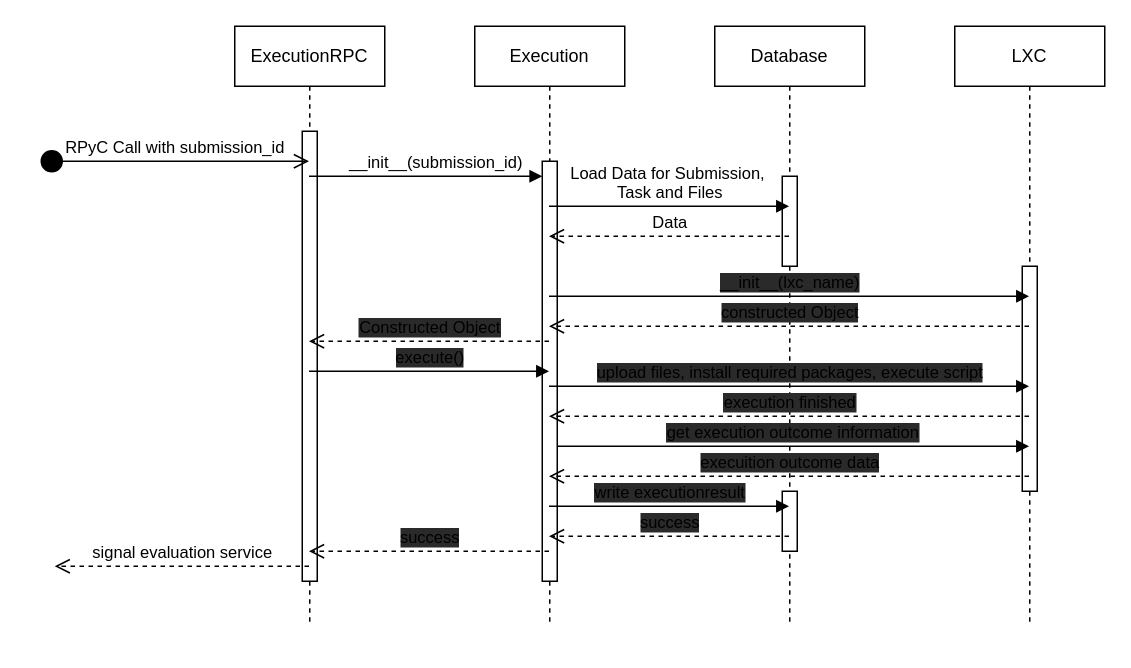
Earlier version of the draw.io diagram doc/backend/Execution_Service_Sequence_Diagram.drawio (ooemperor/CodeGrader). Source tidied: cells renumbered, new cells numbered last; positions are measured from the earlier drawing's top-left corner, leaving out a move shared by most shapes. Both pictures are drawn from the tidied source at 150%, with x=0, y=0 at pixel (39, 26).
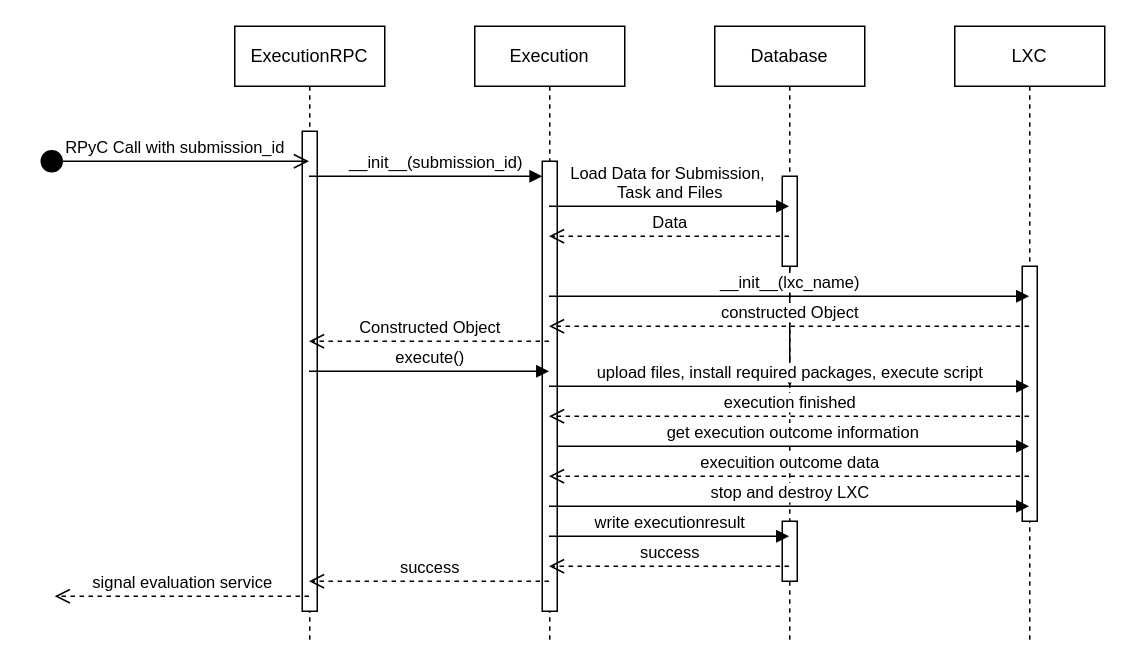
After the change.

Commit message:
updating style of execution sequence diagram

Unchanged cells that the change refers to:
```xml
<mxCell id="12" style="html=1;points=[];perimeter=orthogonalPerimeter;sketch=0;" parent="1" vertex="1">
  <mxGeometry x="495" y="100" width="10" height="60" as="geometry" />
</mxCell>
```

What changed in the source:
```diff
@@
     <mxCell id="2" value="ExecutionRPC" style="shape=umlLifeline;perimeter=lifelinePerimeter;whiteSpace=wrap;html=1;outlineConnect=0;portConstraint=eastwest;newEdgeStyle={&quot;edgeStyle&quot;:&quot;elbowEdgeStyle&quot;,&quot;elbow&quot;:&quot;vertical&quot;,&quot;curved&quot;:0,&quot;rounded&quot;:0};sketch=0;" parent="1" vertex="1">
-      <mxGeometry x="130" width="100" height="400" as="geometry" />
+      <mxGeometry x="130" width="100" height="410" as="geometry" />
     </mxCell>
     <mxCell id="3" style="html=1;perimeter=orthogonalPerimeter;targetShapes=umlLifeline;newEdgeStyle={&quot;curved&quot;:0,&quot;rounded&quot;:0};sketch=0;" parent="2" vertex="1">
-      <mxGeometry x="45" y="70" width="10" height="300" as="geometry" />
+      <mxGeometry x="45" y="70" width="10" height="320" as="geometry" />
     </mxCell>
     <mxCell id="4" value="Database" style="shape=umlLifeline;perimeter=lifelinePerimeter;whiteSpace=wrap;html=1;outlineConnect=0;portConstraint=eastwest;newEdgeStyle={&quot;edgeStyle&quot;:&quot;elbowEdgeStyle&quot;,&quot;elbow&quot;:&quot;vertical&quot;,&quot;curved&quot;:0,&quot;rounded&quot;:0};sketch=0;" parent="1" vertex="1">
-      <mxGeometry x="450" width="100" height="400" as="geometry" />
+      <mxGeometry x="450" width="100" height="410" as="geometry" />
     </mxCell>
@@
     <mxCell id="6" value="Execution" style="shape=umlLifeline;perimeter=lifelinePerimeter;whiteSpace=wrap;html=1;outlineConnect=0;portConstraint=eastwest;newEdgeStyle={&quot;curved&quot;:0,&quot;rounded&quot;:0};sketch=0;" parent="1" vertex="1">
-      <mxGeometry x="290" width="100" height="400" as="geometry" />
+      <mxGeometry x="290" width="100" height="410" as="geometry" />
     </mxCell>
     <mxCell id="7" style="html=1;points=[[0,0,0,0,5],[0,1,0,0,-5],[1,0,0,0,5],[1,1,0,0,-5]];perimeter=orthogonalPerimeter;outlineConnect=0;targetShapes=umlLifeline;portConstraint=eastwest;newEdgeStyle={&quot;curved&quot;:0,&quot;rounded&quot;:0};sketch=0;" parent="6" vertex="1">
-      <mxGeometry x="45" y="90" width="10" height="280" as="geometry" />
+      <mxGeometry x="45" y="90" width="10" height="300" as="geometry" />
     </mxCell>
@@
     <mxCell id="9" value="LXC" style="shape=umlLifeline;perimeter=lifelinePerimeter;whiteSpace=wrap;html=1;outlineConnect=0;portConstraint=eastwest;newEdgeStyle={&quot;curved&quot;:0,&quot;rounded&quot;:0};sketch=0;" parent="1" vertex="1">
-      <mxGeometry x="610" width="100" height="400" as="geometry" />
+      <mxGeometry x="610" width="100" height="410" as="geometry" />
     </mxCell>
     <mxCell id="10" style="html=1;perimeter=orthogonalPerimeter;targetShapes=umlLifeline;newEdgeStyle={&quot;curved&quot;:0,&quot;rounded&quot;:0};sketch=0;" parent="9" vertex="1">
-      <mxGeometry x="45" y="160" width="10" height="150" as="geometry" />
+      <mxGeometry x="45" y="160" width="10" height="170" as="geometry" />
     </mxCell>
     <mxCell id="11" value="signal evaluation service" style="html=1;verticalAlign=bottom;endArrow=open;dashed=1;endSize=8;curved=0;rounded=0;sketch=0;" parent="1" edge="1" source="2">
       <mxGeometry relative="1" as="geometry">
-        <mxPoint x="10" y="360" as="targetPoint" />
+        <mxPoint x="10" y="380" as="targetPoint" />
+        <Array as="points">
+          <mxPoint x="100" y="380" />
+        </Array>
       </mxGeometry>
     </mxCell>
+    <mxCell id="27" style="edgeStyle=orthogonalEdgeStyle;rounded=0;jettySize=auto;html=1;" parent="1" edge="1" source="12">
+      <mxGeometry relative="1" as="geometry">
+        <mxPoint x="500" y="240" as="targetPoint" />
+      </mxGeometry>
+    </mxCell>
@@
-    <mxCell id="15" value="Constructed Object" style="html=1;verticalAlign=bottom;endArrow=open;dashed=1;endSize=8;rounded=0;labelBackgroundColor=#2A2A2A;sketch=0;" parent="1" edge="1" source="6" target="2">
+    <mxCell id="15" value="Constructed Object" style="html=1;verticalAlign=bottom;endArrow=open;dashed=1;endSize=8;rounded=0;labelBackgroundColor=default;sketch=0;" parent="1" edge="1" source="6" target="2">
       <mxGeometry relative="1" as="geometry">
         <Array as="points">
           <mxPoint x="290" y="210" />
         </Array>
       </mxGeometry>
     </mxCell>
-    <mxCell id="16" value="execute()" style="html=1;verticalAlign=bottom;endArrow=block;rounded=0;labelBackgroundColor=#2A2A2A;sketch=0;" parent="1" edge="1" source="2" target="6">
+    <mxCell id="16" value="execute()" style="html=1;verticalAlign=bottom;endArrow=block;rounded=0;labelBackgroundColor=default;sketch=0;" parent="1" edge="1" source="2" target="6">
       <mxGeometry relative="1" as="geometry">
         <Array as="points">
           <mxPoint x="310" y="230" />
         </Array>
       </mxGeometry>
     </mxCell>
-    <mxCell id="17" value="__init__(lxc_name)" style="html=1;verticalAlign=bottom;endArrow=block;rounded=0;labelBackgroundColor=#2A2A2A;sketch=0;" parent="1" edge="1" source="6" target="9">
+    <mxCell id="17" value="__init__(lxc_name)" style="html=1;verticalAlign=bottom;endArrow=block;rounded=0;labelBackgroundColor=default;sketch=0;" parent="1" edge="1" source="6" target="9">
       <mxGeometry relative="1" as="geometry">
         <Array as="points">
           <mxPoint x="590" y="180" />
         </Array>
       </mxGeometry>
     </mxCell>
-    <mxCell id="18" value="constructed Object" style="html=1;verticalAlign=bottom;endArrow=open;dashed=1;endSize=8;rounded=0;labelBackgroundColor=#2A2A2A;sketch=0;" parent="1" edge="1" source="9" target="6">
+    <mxCell id="18" value="constructed Object" style="html=1;verticalAlign=bottom;endArrow=open;dashed=1;endSize=8;rounded=0;labelBackgroundColor=default;sketch=0;" parent="1" edge="1" source="9" target="6">
       <mxGeometry relative="1" as="geometry">
         <Array as="points">
           <mxPoint x="520" y="200" />
         </Array>
       </mxGeometry>
     </mxCell>
-    <mxCell id="19" value="upload files, install required packages, execute script" style="html=1;verticalAlign=bottom;endArrow=block;rounded=0;labelBackgroundColor=#2A2A2A;sketch=0;" parent="1" edge="1" source="6" target="9">
+    <mxCell id="19" value="upload files, install required packages, execute script" style="html=1;verticalAlign=bottom;endArrow=block;rounded=0;labelBackgroundColor=default;sketch=0;" parent="1" edge="1" source="6" target="9">
       <mxGeometry relative="1" as="geometry">
         <Array as="points">
           <mxPoint x="590" y="240" />
         </Array>
       </mxGeometry>
     </mxCell>
-    <mxCell id="20" value="execution finished" style="html=1;verticalAlign=bottom;endArrow=open;dashed=1;endSize=8;rounded=0;labelBackgroundColor=#2A2A2A;sketch=0;" parent="1" edge="1" source="9" target="6">
+    <mxCell id="20" value="execution finished" style="html=1;verticalAlign=bottom;endArrow=open;dashed=1;endSize=8;rounded=0;labelBackgroundColor=default;sketch=0;" parent="1" edge="1" source="9" target="6">
       <mxGeometry relative="1" as="geometry">
         <Array as="points">
           <mxPoint x="630" y="260" />
         </Array>
       </mxGeometry>
     </mxCell>
-    <mxCell id="21" value="get execution outcome information" style="html=1;verticalAlign=bottom;endArrow=block;rounded=0;labelBackgroundColor=#2A2A2A;sketch=0;" parent="1" edge="1" source="7" target="9">
+    <mxCell id="21" value="get execution outcome information" style="html=1;verticalAlign=bottom;endArrow=block;rounded=0;labelBackgroundColor=default;sketch=0;" parent="1" edge="1" source="7" target="9">
       <mxGeometry relative="1" as="geometry">
         <Array as="points">
           <mxPoint x="610" y="280" />
         </Array>
       </mxGeometry>
     </mxCell>
-    <mxCell id="22" value="execuition outcome data" style="html=1;verticalAlign=bottom;endArrow=open;dashed=1;endSize=8;rounded=0;labelBackgroundColor=#2A2A2A;sketch=0;strokeColor=default;" parent="1" edge="1" source="9" target="6">
+    <mxCell id="22" value="execuition outcome data" style="html=1;verticalAlign=bottom;endArrow=open;dashed=1;endSize=8;rounded=0;labelBackgroundColor=default;sketch=0;strokeColor=default;" parent="1" edge="1" source="9" target="6">
       <mxGeometry relative="1" as="geometry">
         <Array as="points">
           <mxPoint x="540" y="300" />
         </Array>
       </mxGeometry>
     </mxCell>
     <mxCell id="23" style="html=1;perimeter=orthogonalPerimeter;" parent="1" vertex="1">
-      <mxGeometry x="495" y="310" width="10" height="40" as="geometry" />
+      <mxGeometry x="495" y="330" width="10" height="40" as="geometry" />
     </mxCell>
-    <mxCell id="24" value="write executionresult" style="html=1;verticalAlign=bottom;endArrow=block;rounded=0;labelBackgroundColor=#2A2A2A;sketch=0;strokeColor=default;" parent="1" edge="1" source="6" target="4">
+    <mxCell id="24" value="write executionresult" style="verticalAlign=bottom;endArrow=block;rounded=0;labelBackgroundColor=default;sketch=0;strokeColor=default;html=1;" parent="1" edge="1" source="6" target="4">
       <mxGeometry relative="1" as="geometry">
         <Array as="points">
-          <mxPoint x="410" y="320" />
+          <mxPoint x="410" y="340" />
         </Array>
       </mxGeometry>
     </mxCell>
-    <mxCell id="25" value="success" style="html=1;verticalAlign=bottom;endArrow=open;dashed=1;endSize=8;rounded=0;labelBackgroundColor=#2A2A2A;sketch=0;strokeColor=default;" parent="1" edge="1" source="4" target="6">
+    <mxCell id="25" value="success" style="html=1;verticalAlign=bottom;endArrow=open;dashed=1;endSize=8;rounded=0;labelBackgroundColor=default;sketch=0;strokeColor=default;" parent="1" edge="1" source="4" target="6">
       <mxGeometry relative="1" as="geometry">
         <Array as="points">
-          <mxPoint x="400" y="340" />
+          <mxPoint x="400" y="360" />
         </Array>
       </mxGeometry>
     </mxCell>
-    <mxCell id="26" value="success" style="html=1;verticalAlign=bottom;endArrow=open;dashed=1;endSize=8;rounded=0;labelBackgroundColor=#2A2A2A;sketch=0;strokeColor=default;" parent="1" edge="1" source="6" target="2">
+    <mxCell id="26" value="success" style="html=1;verticalAlign=bottom;endArrow=open;dashed=1;endSize=8;rounded=0;labelBackgroundColor=default;sketch=0;strokeColor=default;" parent="1" edge="1" source="6" target="2">
       <mxGeometry relative="1" as="geometry">
         <Array as="points">
-          <mxPoint x="320" y="350" />
+          <mxPoint x="320" y="370" />
         </Array>
       </mxGeometry>
     </mxCell>
+    <mxCell id="28" value="stop and destroy LXC" style="html=1;verticalAlign=bottom;endArrow=block;rounded=0;labelBackgroundColor=default;sketch=0;strokeColor=default;fontFamily=Helvetica;fontSize=11;fontColor=default;shape=connector;" parent="1" edge="1" source="6" target="9">
+      <mxGeometry relative="1" as="geometry">
+        <Array as="points">
+          <mxPoint x="560" y="320" />
+        </Array>
+      </mxGeometry>
+    </mxCell>
```
